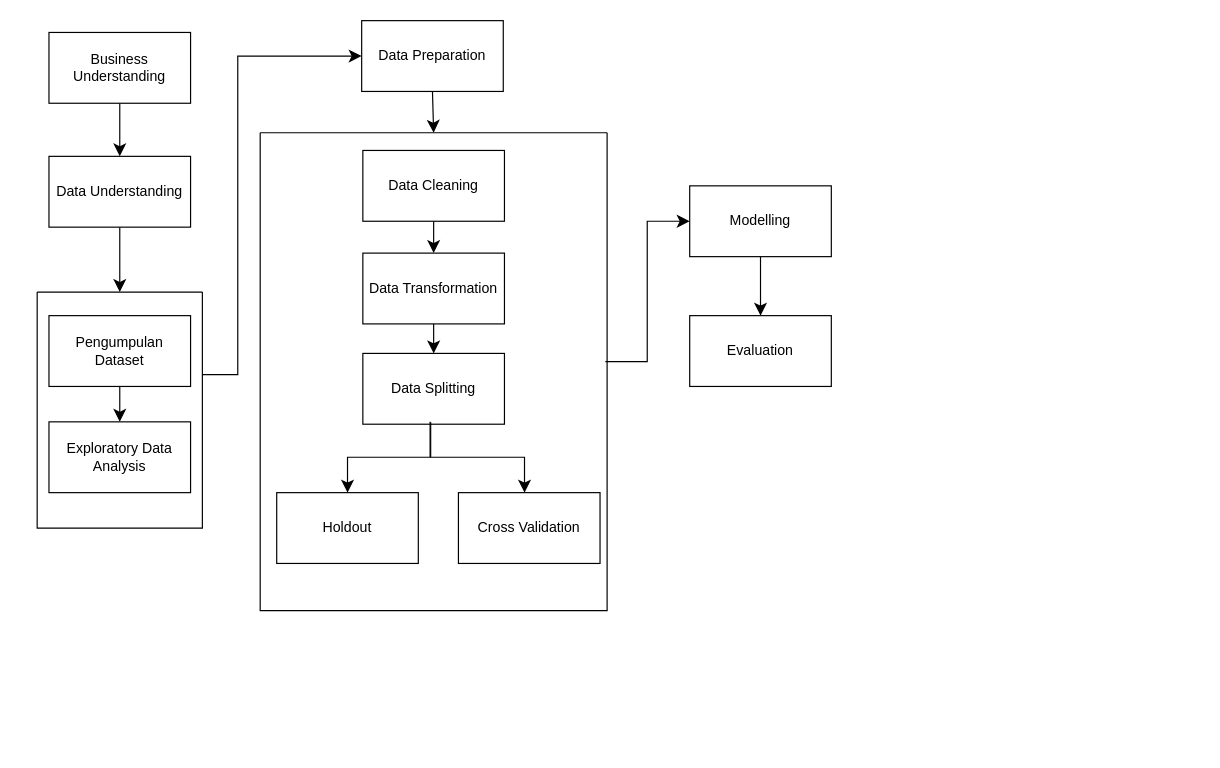
The draw.io diagram Untitled Diagram.drawio in sleepygirlleen/Final-Project, before the edit. Source tidied: cells renumbered, new cells numbered last; positions are measured from the earlier drawing's top-left corner, leaving out a move shared by most shapes. Both pictures are drawn from the tidied source at 118%, with x=0, y=0 at pixel (37, 20).
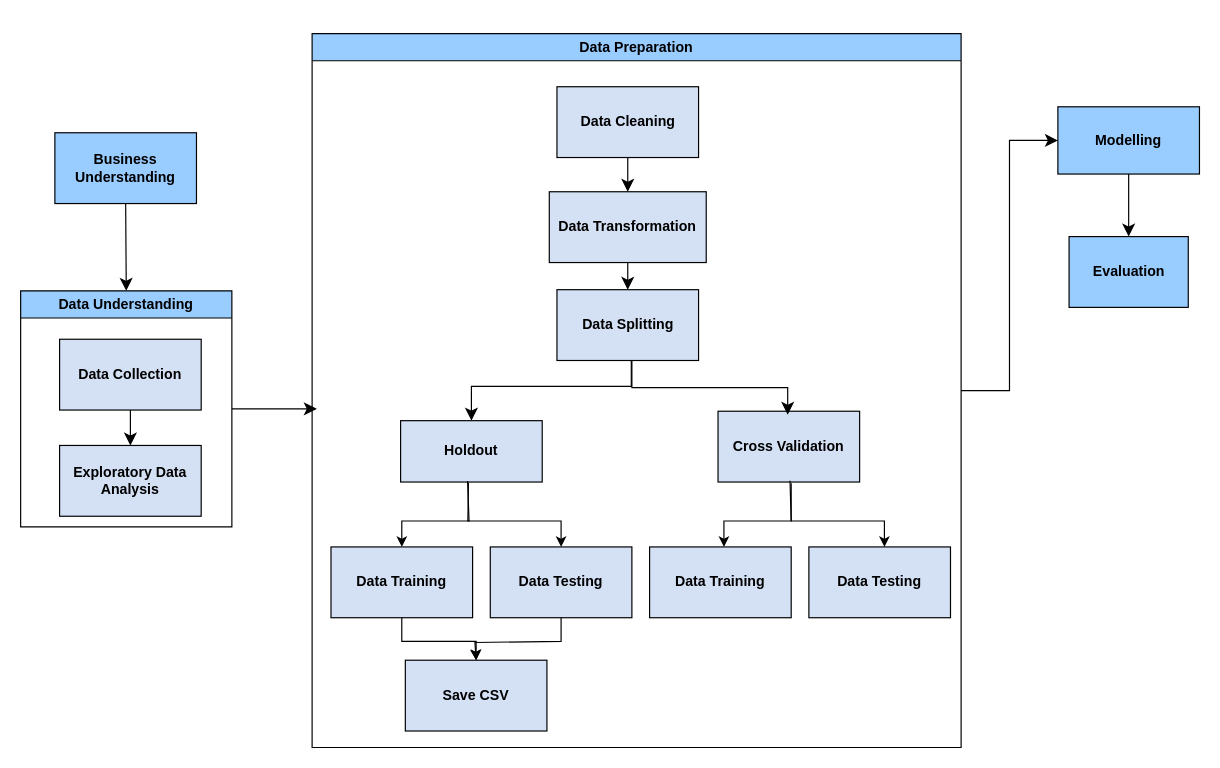
The same page after the edit.

Change to the diagram source:
```diff
@@
-    <mxCell id="2" style="edgeStyle=none;curved=1;rounded=0;jettySize=auto;html=1;fontSize=12;startSize=8;endSize=8;" parent="1" edge="1" source="3" target="5">
+    <mxCell id="2" style="edgeStyle=none;curved=1;rounded=0;jettySize=auto;html=1;fontSize=12;startSize=8;endSize=8;entryX=0.5;entryY=0;entryDx=0;entryDy=0;exitX=0.5;exitY=1;exitDx=0;exitDy=0;" parent="1" edge="1" source="3" target="5">
       <mxGeometry relative="1" as="geometry" />
     </mxCell>
-    <mxCell id="3" value="Business Understanding" style="rounded=0;whiteSpace=wrap;html=1;" parent="1" vertex="1">
-      <mxGeometry x="10" y="10" width="120" height="60" as="geometry" />
+    <mxCell id="3" value="&lt;b&gt;Business Understanding&lt;/b&gt;" style="rounded=0;whiteSpace=wrap;html=1;fillColor=#99CCFF;" parent="1" vertex="1">
+      <mxGeometry x="15" y="95" width="120" height="60" as="geometry" />
     </mxCell>
-    <mxCell id="4" style="edgeStyle=none;curved=1;rounded=0;jettySize=auto;html=1;fontSize=12;startSize=8;endSize=8;entryX=0.5;entryY=0;entryDx=0;entryDy=0;" parent="1" edge="1" source="5" target="6">
-      <mxGeometry relative="1" as="geometry" />
-    </mxCell>
+    <mxCell id="20" style="edgeStyle=elbowEdgeStyle;elbow=horizontal;endArrow=classic;html=1;curved=0;rounded=0;endSize=8;startSize=8;fontSize=12;exitX=1;exitY=0.5;exitDx=0;exitDy=0;" parent="1" edge="1" source="5">
+      <mxGeometry relative="1" as="geometry">
+        <mxPoint x="237" y="329" as="targetPoint" />
+        <Array as="points">
+          <mxPoint x="191" y="337" />
+        </Array>
+      </mxGeometry>
+    </mxCell>
+    <mxCell id="21" style="edgeStyle=none;curved=1;rounded=0;jettySize=auto;html=1;fontSize=12;startSize=8;endSize=8;fillColor=#99CCFF;" parent="1" edge="1" source="22" target="24">
+      <mxGeometry relative="1" as="geometry" />
+    </mxCell>
+    <mxCell id="22" value="&lt;b&gt;Modelling&lt;/b&gt;" style="rounded=0;whiteSpace=wrap;html=1;fillColor=#99CCFF;" parent="1" vertex="1">
+      <mxGeometry x="865" y="73" width="120" height="57" as="geometry" />
+    </mxCell>
+    <mxCell id="23" style="edgeStyle=elbowEdgeStyle;elbow=horizontal;endArrow=classic;html=1;curved=0;rounded=0;endSize=8;startSize=8;fontSize=12;entryX=0;entryY=0.5;entryDx=0;entryDy=0;fillColor=#99CCFF;exitX=1;exitY=0.5;exitDx=0;exitDy=0;" parent="1" edge="1" source="10" target="22">
+      <mxGeometry relative="1" as="geometry" />
+    </mxCell>
+    <mxCell id="24" value="&lt;b&gt;Evaluation&lt;/b&gt;" style="rounded=0;whiteSpace=wrap;html=1;fillColor=#99CCFF;" parent="1" vertex="1">
+      <mxGeometry x="874.5" y="183" width="101" height="60" as="geometry" />
+    </mxCell>
-    <mxCell id="5" value="Data Understanding" style="rounded=0;whiteSpace=wrap;html=1;" parent="1" vertex="1">
-      <mxGeometry x="10" y="115" width="120" height="60" as="geometry" />
+    <mxCell id="5" value="Data Understanding" style="swimlane;whiteSpace=wrap;html=1;fillColor=#99CCFF;" parent="1" vertex="1">
+      <mxGeometry x="-14" y="229" width="179" height="200" as="geometry" />
     </mxCell>
-    <mxCell id="6" style="swimlane;startSize=0;" parent="1" vertex="1">
-      <mxGeometry y="230" width="140" height="200" as="geometry" />
-    </mxCell>
-    <mxCell id="7" style="edgeStyle=none;curved=1;rounded=0;jettySize=auto;html=1;fontSize=12;startSize=8;endSize=8;" parent="6" edge="1" source="8" target="9">
+    <mxCell id="7" style="edgeStyle=none;curved=1;rounded=0;jettySize=auto;html=1;fontSize=12;startSize=8;endSize=8;fillColor=#D4E1F5;" parent="5" edge="1" source="8" target="9">
       <mxGeometry relative="1" as="geometry" />
     </mxCell>
-    <mxCell id="8" value="Pengumpulan Dataset" style="rounded=0;whiteSpace=wrap;html=1;" parent="6" vertex="1">
-      <mxGeometry x="10" y="20" width="120" height="60" as="geometry" />
+    <mxCell id="8" value="&lt;b&gt;Data Collection&lt;/b&gt;" style="rounded=0;whiteSpace=wrap;html=1;fillColor=#D4E1F5;" parent="5" vertex="1">
+      <mxGeometry x="33" y="41" width="120" height="60" as="geometry" />
     </mxCell>
-    <mxCell id="9" value="Exploratory Data Analysis" style="rounded=0;whiteSpace=wrap;html=1;" parent="6" vertex="1">
-      <mxGeometry x="10" y="110" width="120" height="60" as="geometry" />
+    <mxCell id="9" value="&lt;b&gt;Exploratory Data Analysis&lt;/b&gt;" style="rounded=0;whiteSpace=wrap;html=1;fillColor=#D4E1F5;" parent="5" vertex="1">
+      <mxGeometry x="33" y="131" width="120" height="60" as="geometry" />
     </mxCell>
-    <mxCell id="10" value="Data Preparation" style="rounded=0;whiteSpace=wrap;html=1;" parent="1" vertex="1">
-      <mxGeometry x="275" width="120" height="60" as="geometry" />
+    <mxCell id="10" value="Data Preparation" style="swimlane;whiteSpace=wrap;html=1;fillColor=#99CCFF;" parent="1" vertex="1">
+      <mxGeometry x="233" y="11" width="550" height="605" as="geometry" />
     </mxCell>
-    <mxCell id="11" style="swimlane;startSize=0;" parent="1" vertex="1">
-      <mxGeometry x="189" y="95" width="294" height="405" as="geometry" />
-    </mxCell>
-    <mxCell id="12" value="Holdout" style="rounded=0;whiteSpace=wrap;html=1;" parent="11" vertex="1">
-      <mxGeometry x="14" y="305" width="120" height="60" as="geometry" />
+    <mxCell id="12" value="&lt;b&gt;Holdout&lt;/b&gt;" style="rounded=0;whiteSpace=wrap;html=1;fillColor=#D4E1F5;" parent="10" vertex="1">
+      <mxGeometry x="75" y="328" width="120" height="52" as="geometry" />
     </mxCell>
-    <mxCell id="13" style="edgeStyle=none;curved=1;rounded=0;jettySize=auto;html=1;fontSize=12;startSize=8;endSize=8;entryX=0.5;entryY=0;entryDx=0;entryDy=0;" parent="11" edge="1" source="14" target="16">
+    <mxCell id="13" style="edgeStyle=none;curved=1;rounded=0;jettySize=auto;html=1;fontSize=12;startSize=8;endSize=8;entryX=0.5;entryY=0;entryDx=0;entryDy=0;fillColor=#D4E1F5;" parent="10" edge="1" source="14" target="16">
       <mxGeometry relative="1" as="geometry" />
     </mxCell>
-    <mxCell id="14" value="Data Cleaning" style="rounded=0;whiteSpace=wrap;html=1;" parent="11" vertex="1">
-      <mxGeometry x="87" y="15" width="120" height="60" as="geometry" />
+    <mxCell id="14" value="&lt;b&gt;Data Cleaning&lt;/b&gt;" style="rounded=0;whiteSpace=wrap;html=1;fillColor=#D4E1F5;" parent="10" vertex="1">
+      <mxGeometry x="207.5" y="45" width="120" height="60" as="geometry" />
     </mxCell>
-    <mxCell id="15" style="edgeStyle=none;curved=1;rounded=0;jettySize=auto;html=1;fontSize=12;startSize=8;endSize=8;" parent="11" edge="1" source="16" target="17">
+    <mxCell id="15" style="edgeStyle=none;curved=1;rounded=0;jettySize=auto;html=1;fontSize=12;startSize=8;endSize=8;fillColor=#D4E1F5;" parent="10" edge="1" source="16" target="17">
       <mxGeometry relative="1" as="geometry" />
     </mxCell>
-    <mxCell id="16" value="Data Transformation" style="rounded=0;whiteSpace=wrap;html=1;" parent="11" vertex="1">
-      <mxGeometry x="87" y="102" width="120" height="60" as="geometry" />
+    <mxCell id="16" value="&lt;b&gt;Data Transformation&lt;/b&gt;" style="rounded=0;whiteSpace=wrap;html=1;fillColor=#D4E1F5;" parent="10" vertex="1">
+      <mxGeometry x="201" y="134" width="133" height="60" as="geometry" />
     </mxCell>
-    <mxCell id="17" value="Data Splitting" style="rounded=0;whiteSpace=wrap;html=1;" parent="11" vertex="1">
-      <mxGeometry x="87" y="187" width="120" height="60" as="geometry" />
+    <mxCell id="17" value="&lt;b&gt;Data Splitting&lt;/b&gt;" style="rounded=0;whiteSpace=wrap;html=1;fillColor=#D4E1F5;" parent="10" vertex="1">
+      <mxGeometry x="207.5" y="217" width="120" height="60" as="geometry" />
     </mxCell>
-    <mxCell id="18" value="Cross Validation" style="rounded=0;whiteSpace=wrap;html=1;" parent="11" vertex="1">
-      <mxGeometry x="168" y="305" width="120" height="60" as="geometry" />
+    <mxCell id="18" value="&lt;b&gt;Cross Validation&lt;/b&gt;" style="rounded=0;whiteSpace=wrap;html=1;fillColor=#D4E1F5;" parent="10" vertex="1">
+      <mxGeometry x="344" y="320" width="120" height="60" as="geometry" />
     </mxCell>
-    <mxCell id="19" style="edgeStyle=segmentEdgeStyle;endArrow=classic;html=1;curved=0;rounded=0;endSize=8;startSize=8;fontSize=12;entryX=0.5;entryY=0;entryDx=0;entryDy=0;" parent="11" edge="1" target="12">
+    <mxCell id="19" style="edgeStyle=segmentEdgeStyle;endArrow=classic;html=1;curved=0;rounded=0;endSize=8;startSize=8;fontSize=12;entryX=0.5;entryY=0;entryDx=0;entryDy=0;fillColor=#D4E1F5;" parent="10" edge="1" target="12">
       <mxGeometry relative="1" as="geometry">
-        <mxPoint x="144" y="245" as="sourcePoint" />
+        <mxPoint x="270.5" y="277" as="sourcePoint" />
         <Array as="points">
-          <mxPoint x="144" y="275" />
-          <mxPoint x="74" y="275" />
+          <mxPoint x="271" y="299" />
+          <mxPoint x="135" y="299" />
         </Array>
       </mxGeometry>
     </mxCell>
-    <mxCell id="20" style="edgeStyle=elbowEdgeStyle;elbow=horizontal;endArrow=classic;html=1;curved=0;rounded=0;endSize=8;startSize=8;fontSize=12;exitX=1;exitY=0.5;exitDx=0;exitDy=0;entryX=0;entryY=0.5;entryDx=0;entryDy=0;" parent="1" edge="1" target="10">
-      <mxGeometry relative="1" as="geometry">
-        <mxPoint x="140" y="300" as="sourcePoint" />
-        <Array as="points">
-          <mxPoint x="170" y="160" />
-        </Array>
-      </mxGeometry>
-    </mxCell>
-    <mxCell id="21" style="edgeStyle=none;curved=1;rounded=0;jettySize=auto;html=1;fontSize=12;startSize=8;endSize=8;" parent="1" edge="1" source="22" target="24">
-      <mxGeometry relative="1" as="geometry" />
-    </mxCell>
-    <mxCell id="22" value="Modelling" style="rounded=0;whiteSpace=wrap;html=1;" parent="1" vertex="1">
-      <mxGeometry x="553" y="140" width="120" height="60" as="geometry" />
-    </mxCell>
-    <mxCell id="23" style="edgeStyle=elbowEdgeStyle;elbow=horizontal;endArrow=classic;html=1;curved=0;rounded=0;endSize=8;startSize=8;fontSize=12;entryX=0;entryY=0.5;entryDx=0;entryDy=0;exitX=0.995;exitY=0.479;exitDx=0;exitDy=0;exitPerimeter=0;" parent="1" edge="1" source="11" target="22">
-      <mxGeometry relative="1" as="geometry" />
-    </mxCell>
-    <mxCell id="24" value="Evaluation" style="rounded=0;whiteSpace=wrap;html=1;" parent="1" vertex="1">
-      <mxGeometry x="553" y="250" width="120" height="60" as="geometry" />
-    </mxCell>
-    <mxCell id="25" style="endArrow=classic;html=1;rounded=0;fontSize=12;startSize=8;endSize=8;curved=1;exitX=0.5;exitY=1;exitDx=0;exitDy=0;entryX=0.5;entryY=0;entryDx=0;entryDy=0;" parent="1" edge="1" source="10" target="11">
-      <mxGeometry relative="1" as="geometry" />
-    </mxCell>
-    <mxCell id="26" style="edgeStyle=elbowEdgeStyle;elbow=vertical;endArrow=classic;html=1;curved=0;rounded=0;endSize=8;startSize=8;fontSize=12;exitX=0.479;exitY=0.971;exitDx=0;exitDy=0;exitPerimeter=0;" parent="1" edge="1" source="17">
+    <mxCell id="26" style="edgeStyle=elbowEdgeStyle;elbow=vertical;endArrow=classic;html=1;curved=0;rounded=0;endSize=8;startSize=8;fontSize=12;exitX=0.479;exitY=0.971;exitDx=0;exitDy=0;exitPerimeter=0;fillColor=#D4E1F5;entryX=0.492;entryY=0.05;entryDx=0;entryDy=0;entryPerimeter=0;" parent="10" edge="1" target="18">
       <mxGeometry relative="1" as="geometry">
-        <mxPoint x="413" y="400" as="targetPoint" />
+        <mxPoint x="271" y="277.3" as="sourcePoint" />
       </mxGeometry>
     </mxCell>
+    <mxCell id="27" value="&lt;b&gt;Data Training&lt;/b&gt;" style="rounded=0;whiteSpace=wrap;html=1;fillColor=#D4E1F5;" parent="10" vertex="1">
+      <mxGeometry x="16" y="435" width="120" height="60" as="geometry" />
+    </mxCell>
+    <mxCell id="28" value="&lt;b&gt;Data Testing&lt;/b&gt;" style="rounded=0;whiteSpace=wrap;html=1;fillColor=#D4E1F5;" parent="10" vertex="1">
+      <mxGeometry x="151" y="435" width="120" height="60" as="geometry" />
+    </mxCell>
+    <mxCell id="29" value="&lt;b&gt;Data Training&lt;/b&gt;" style="rounded=0;whiteSpace=wrap;html=1;fillColor=#D4E1F5;" parent="10" vertex="1">
+      <mxGeometry x="286" y="435" width="120" height="60" as="geometry" />
+    </mxCell>
+    <mxCell id="30" value="&lt;b&gt;Data Testing&lt;/b&gt;" style="rounded=0;whiteSpace=wrap;html=1;fillColor=#D4E1F5;" parent="10" vertex="1">
+      <mxGeometry x="421" y="435" width="120" height="60" as="geometry" />
+    </mxCell>
+    <mxCell id="31" style="endArrow=classic;html=1;rounded=0;entryX=0.5;entryY=0;entryDx=0;entryDy=0;exitX=0.479;exitY=1.013;exitDx=0;exitDy=0;exitPerimeter=0;" parent="10" edge="1" source="12" target="28">
+      <mxGeometry relative="1" as="geometry">
+        <Array as="points">
+          <mxPoint x="132" y="413" />
+          <mxPoint x="211" y="413" />
+        </Array>
+      </mxGeometry>
+    </mxCell>
+    <mxCell id="32" style="endArrow=classic;html=1;rounded=0;entryX=0.5;entryY=0;entryDx=0;entryDy=0;exitX=0.473;exitY=0.985;exitDx=0;exitDy=0;exitPerimeter=0;" parent="10" edge="1" source="12" target="27">
+      <mxGeometry relative="1" as="geometry">
+        <Array as="points">
+          <mxPoint x="133" y="413" />
+          <mxPoint x="76" y="413" />
+        </Array>
+      </mxGeometry>
+    </mxCell>
+    <mxCell id="33" style="endArrow=classic;html=1;rounded=0;entryX=0.5;entryY=0;entryDx=0;entryDy=0;exitX=0.473;exitY=0.985;exitDx=0;exitDy=0;exitPerimeter=0;" parent="10" edge="1">
+      <mxGeometry relative="1" as="geometry">
+        <mxPoint x="405" y="379" as="sourcePoint" />
+        <mxPoint x="349" y="435" as="targetPoint" />
+        <Array as="points">
+          <mxPoint x="406" y="413" />
+          <mxPoint x="349" y="413" />
+        </Array>
+      </mxGeometry>
+    </mxCell>
+    <mxCell id="34" style="endArrow=classic;html=1;rounded=0;entryX=0.5;entryY=0;entryDx=0;entryDy=0;exitX=0.479;exitY=1.013;exitDx=0;exitDy=0;exitPerimeter=0;" parent="10" edge="1">
+      <mxGeometry relative="1" as="geometry">
+        <mxPoint x="406" y="381" as="sourcePoint" />
+        <mxPoint x="485" y="435" as="targetPoint" />
+        <Array as="points">
+          <mxPoint x="406" y="413" />
+          <mxPoint x="485" y="413" />
+        </Array>
+      </mxGeometry>
+    </mxCell>
+    <mxCell id="35" value="&lt;b&gt;Save CSV&lt;/b&gt;" style="rounded=0;whiteSpace=wrap;html=1;fillColor=#D4E1F5;" parent="10" vertex="1">
+      <mxGeometry x="79" y="531" width="120" height="60" as="geometry" />
+    </mxCell>
+    <mxCell id="36" style="endArrow=classic;html=1;rounded=0;exitX=0.5;exitY=1;exitDx=0;exitDy=0;entryX=0.5;entryY=0;entryDx=0;entryDy=0;" parent="10" edge="1" source="27" target="35">
+      <mxGeometry relative="1" as="geometry">
+        <Array as="points">
+          <mxPoint x="76" y="515" />
+          <mxPoint x="139" y="515" />
+        </Array>
+      </mxGeometry>
+    </mxCell>
+    <mxCell id="37" style="endArrow=classic;html=1;rounded=0;exitX=0.5;exitY=1;exitDx=0;exitDy=0;entryX=0.5;entryY=0;entryDx=0;entryDy=0;" parent="10" edge="1" source="28" target="35">
+      <mxGeometry relative="1" as="geometry">
+        <Array as="points">
+          <mxPoint x="211" y="515" />
+          <mxPoint x="138" y="516" />
+        </Array>
+      </mxGeometry>
+    </mxCell>
```
